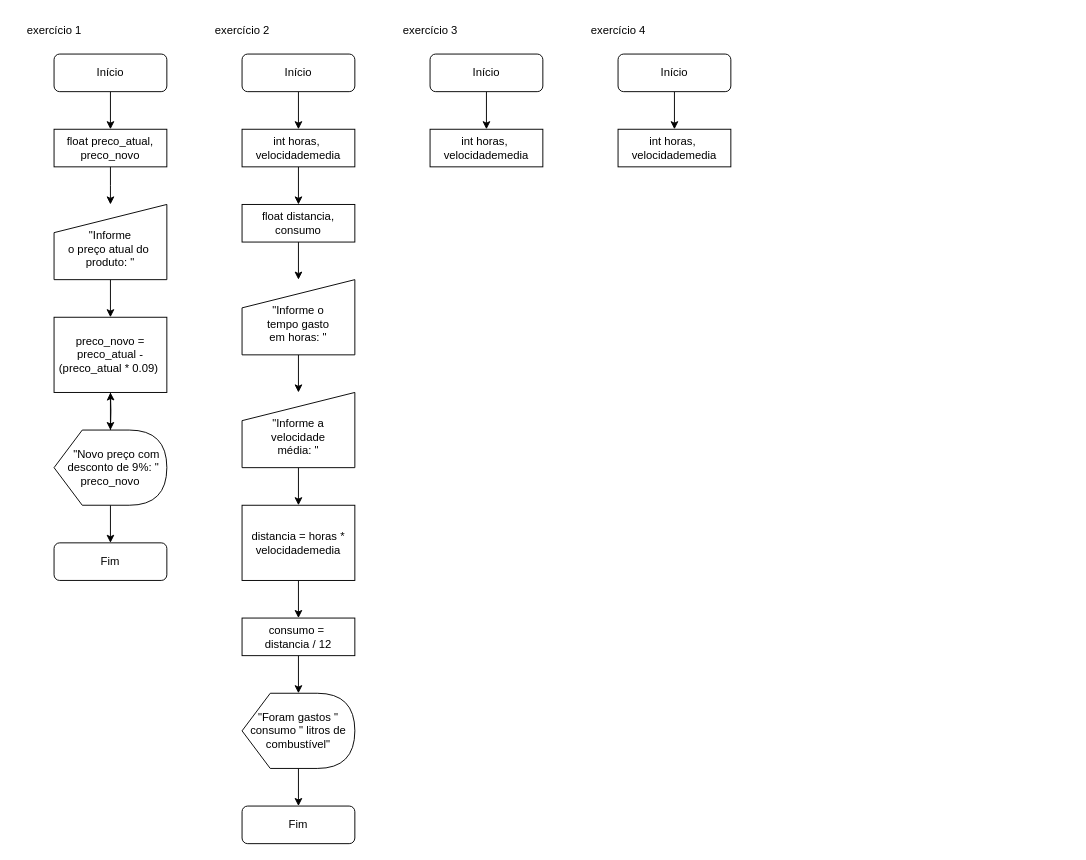
This is fiz.drawio from walleskalima/Fluxogramas-II, a draw.io file, before an edit. Source tidied: cells renumbered, new cells numbered last; positions are measured from the earlier drawing's top-left corner, leaving out a move shared by most shapes. Both pictures are drawn from the tidied source at 94%, with x=0, y=0 at pixel (16, 16).
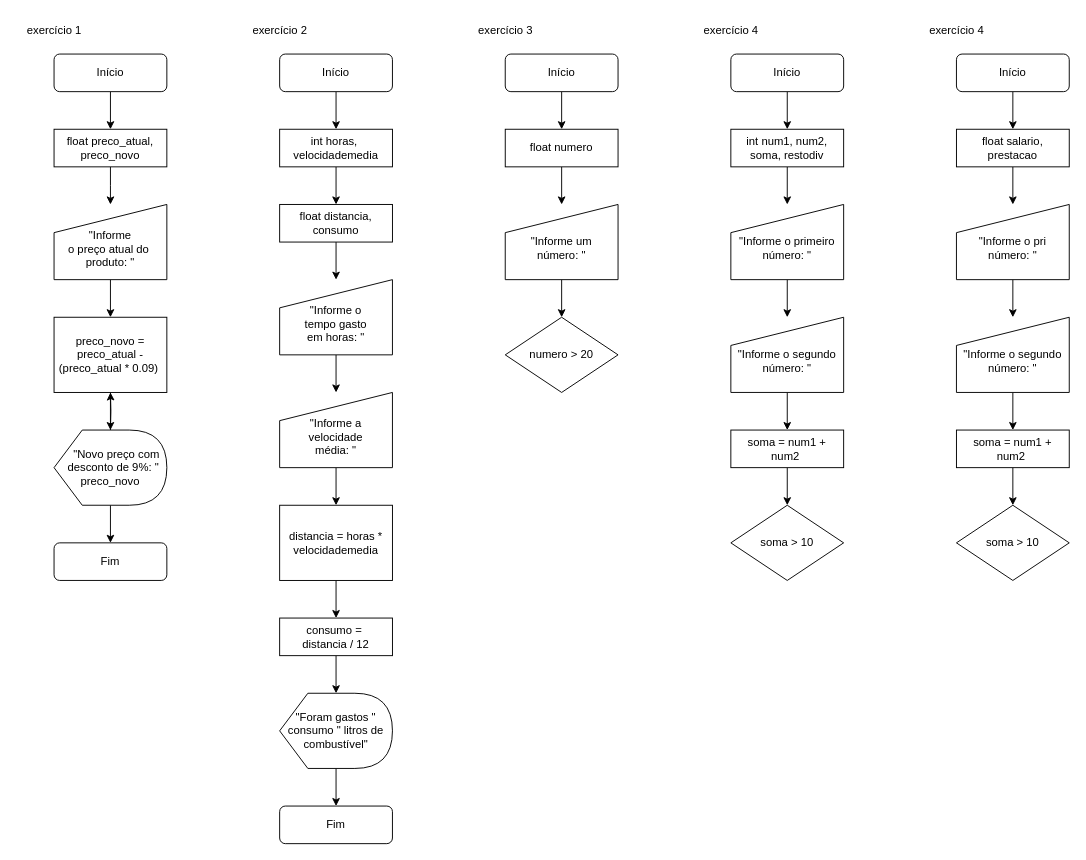
Above is the later version.

The edit, as a diff of the source:
```diff
@@
     <mxCell id="13" value="exercício 2" style="text;html=1;align=center;verticalAlign=middle;strokeColor=none;fillColor=none;" parent="1" vertex="1">
-      <mxGeometry x="200" width="80" height="30" as="geometry" />
+      <mxGeometry x="240" width="80" height="30" as="geometry" />
     </mxCell>
@@
     <mxCell id="15" value="Início" style="rounded=1;whiteSpace=wrap;html=1;" parent="1" vertex="1">
-      <mxGeometry x="240" y="40" width="120" height="40" as="geometry" />
+      <mxGeometry x="280" y="40" width="120" height="40" as="geometry" />
     </mxCell>
@@
     <mxCell id="17" value="&lt;font&gt;int horas,&amp;nbsp;&lt;br&gt;&lt;/font&gt;velocidademedia" style="rounded=0;whiteSpace=wrap;html=1;" parent="1" vertex="1">
-      <mxGeometry x="240" y="120" width="120" height="40" as="geometry" />
+      <mxGeometry x="280" y="120" width="120" height="40" as="geometry" />
     </mxCell>
@@
     <mxCell id="19" value="float distancia, consumo" style="rounded=0;whiteSpace=wrap;html=1;" parent="1" vertex="1">
-      <mxGeometry x="240" y="200" width="120" height="40" as="geometry" />
+      <mxGeometry x="280" y="200" width="120" height="40" as="geometry" />
     </mxCell>
@@
     <mxCell id="21" value="&lt;font style=&quot;border-color: var(--border-color);&quot;&gt;&lt;font style=&quot;border-color: var(--border-color);&quot;&gt;&lt;br&gt;&quot;Informe o&lt;/font&gt;&lt;br style=&quot;border-color: var(--border-color);&quot;&gt;tempo&amp;nbsp;&lt;/font&gt;&lt;font style=&quot;border-color: var(--border-color);&quot;&gt;gasto&lt;/font&gt;&lt;br style=&quot;border-color: var(--border-color);&quot;&gt;&lt;font style=&quot;border-color: var(--border-color);&quot;&gt;em horas: &quot;&lt;/font&gt;" style="shape=manualInput;whiteSpace=wrap;html=1;" parent="1" vertex="1">
-      <mxGeometry x="240" y="280" width="120" height="80" as="geometry" />
+      <mxGeometry x="280" y="280" width="120" height="80" as="geometry" />
     </mxCell>
@@
     <mxCell id="23" value="&lt;br&gt;&quot;Informe a&lt;br style=&quot;border-color: var(--border-color);&quot;&gt;velocidade&lt;br style=&quot;border-color: var(--border-color);&quot;&gt;média: &quot;" style="shape=manualInput;whiteSpace=wrap;html=1;" parent="1" vertex="1">
-      <mxGeometry x="240" y="400" width="120" height="80" as="geometry" />
+      <mxGeometry x="280" y="400" width="120" height="80" as="geometry" />
     </mxCell>
@@
     <mxCell id="27" value="distancia =&amp;nbsp;horas * velocidademedia" style="rounded=0;whiteSpace=wrap;html=1;" parent="1" vertex="1">
-      <mxGeometry x="240" y="520" width="120" height="80" as="geometry" />
+      <mxGeometry x="280" y="520" width="120" height="80" as="geometry" />
     </mxCell>
@@
     <mxCell id="29" value="consumo =&amp;nbsp;&lt;br&gt;distancia / 12" style="rounded=0;whiteSpace=wrap;html=1;" parent="1" vertex="1">
-      <mxGeometry x="240" y="640" width="120" height="40" as="geometry" />
+      <mxGeometry x="280" y="640" width="120" height="40" as="geometry" />
     </mxCell>
@@
     <mxCell id="31" value="&quot;Foram gastos &quot; consumo &quot; litros de combustível&quot;" style="shape=display;whiteSpace=wrap;html=1;" parent="1" vertex="1">
-      <mxGeometry x="240" y="720" width="120" height="80" as="geometry" />
+      <mxGeometry x="280" y="720" width="120" height="80" as="geometry" />
     </mxCell>
     <mxCell id="32" value="Fim" style="rounded=1;whiteSpace=wrap;html=1;" parent="1" vertex="1">
-      <mxGeometry x="240" y="840" width="120" height="40" as="geometry" />
+      <mxGeometry x="280" y="840" width="120" height="40" as="geometry" />
     </mxCell>
     <mxCell id="33" value="exercício 3" style="text;html=1;align=center;verticalAlign=middle;strokeColor=none;fillColor=none;" parent="1" vertex="1">
-      <mxGeometry x="400" width="80" height="30" as="geometry" />
+      <mxGeometry x="480" width="80" height="30" as="geometry" />
     </mxCell>
     <mxCell id="34" value="exercício 4" style="text;html=1;align=center;verticalAlign=middle;strokeColor=none;fillColor=none;" parent="1" vertex="1">
-      <mxGeometry x="600" width="80" height="30" as="geometry" />
+      <mxGeometry x="720" width="80" height="30" as="geometry" />
     </mxCell>
@@
     <mxCell id="36" value="Início" style="rounded=1;whiteSpace=wrap;html=1;" parent="1" vertex="1">
-      <mxGeometry x="440" y="40" width="120" height="40" as="geometry" />
+      <mxGeometry x="520" y="40" width="120" height="40" as="geometry" />
     </mxCell>
@@
     <mxCell id="38" value="Início" style="rounded=1;whiteSpace=wrap;html=1;" parent="1" vertex="1">
-      <mxGeometry x="640" y="40" width="120" height="40" as="geometry" />
+      <mxGeometry x="760" y="40" width="120" height="40" as="geometry" />
     </mxCell>
+    <mxCell id="41" style="edgeStyle=orthogonalEdgeStyle;rounded=0;jettySize=auto;html=1;" parent="1" edge="1" source="39" target="44">
+      <mxGeometry relative="1" as="geometry" />
+    </mxCell>
-    <mxCell id="39" value="&lt;font&gt;int horas,&amp;nbsp;&lt;br&gt;&lt;/font&gt;velocidademedia" style="rounded=0;whiteSpace=wrap;html=1;" parent="1" vertex="1">
-      <mxGeometry x="440" y="120" width="120" height="40" as="geometry" />
+    <mxCell id="39" value="float numero" style="rounded=0;whiteSpace=wrap;html=1;" parent="1" vertex="1">
+      <mxGeometry x="520" y="120" width="120" height="40" as="geometry" />
     </mxCell>
+    <mxCell id="42" style="edgeStyle=orthogonalEdgeStyle;rounded=0;jettySize=auto;html=1;" parent="1" edge="1" source="40" target="47">
+      <mxGeometry relative="1" as="geometry" />
+    </mxCell>
-    <mxCell id="40" value="&lt;font&gt;int horas,&amp;nbsp;&lt;br&gt;&lt;/font&gt;velocidademedia" style="rounded=0;whiteSpace=wrap;html=1;" parent="1" vertex="1">
-      <mxGeometry x="640" y="120" width="120" height="40" as="geometry" />
+    <mxCell id="40" value="int num1, num2,&lt;br&gt;soma, restodiv" style="rounded=0;whiteSpace=wrap;html=1;" parent="1" vertex="1">
+      <mxGeometry x="760" y="120" width="120" height="40" as="geometry" />
     </mxCell>
+    <mxCell id="43" style="edgeStyle=orthogonalEdgeStyle;rounded=0;jettySize=auto;html=1;" parent="1" edge="1" source="44" target="45">
+      <mxGeometry relative="1" as="geometry" />
+    </mxCell>
+    <mxCell id="44" value="&lt;br&gt;&quot;Informe um&lt;br&gt;número: &quot;" style="shape=manualInput;whiteSpace=wrap;html=1;" parent="1" vertex="1">
+      <mxGeometry x="520" y="200" width="120" height="80" as="geometry" />
+    </mxCell>
+    <mxCell id="45" value="numero &amp;gt; 20" style="rhombus;whiteSpace=wrap;html=1;" parent="1" vertex="1">
+      <mxGeometry x="520" y="320" width="120" height="80" as="geometry" />
+    </mxCell>
+    <mxCell id="46" style="edgeStyle=orthogonalEdgeStyle;rounded=0;jettySize=auto;html=1;" parent="1" edge="1" source="47" target="49">
+      <mxGeometry relative="1" as="geometry" />
+    </mxCell>
+    <mxCell id="47" value="&lt;br&gt;&quot;Informe o primeiro&lt;br&gt;número: &quot;" style="shape=manualInput;whiteSpace=wrap;html=1;" parent="1" vertex="1">
+      <mxGeometry x="760" y="200" width="120" height="80" as="geometry" />
+    </mxCell>
+    <mxCell id="48" style="edgeStyle=orthogonalEdgeStyle;rounded=0;jettySize=auto;html=1;" parent="1" edge="1" source="49" target="51">
+      <mxGeometry relative="1" as="geometry" />
+    </mxCell>
+    <mxCell id="49" value="&lt;br&gt;&quot;Informe o segundo&lt;br&gt;número: &quot;" style="shape=manualInput;whiteSpace=wrap;html=1;" parent="1" vertex="1">
+      <mxGeometry x="760" y="320" width="120" height="80" as="geometry" />
+    </mxCell>
+    <mxCell id="50" style="edgeStyle=orthogonalEdgeStyle;rounded=0;jettySize=auto;html=1;" parent="1" edge="1" source="51" target="52">
+      <mxGeometry relative="1" as="geometry" />
+    </mxCell>
+    <mxCell id="51" value="soma = num1 + num2&amp;nbsp;" style="whiteSpace=wrap;html=1;" parent="1" vertex="1">
+      <mxGeometry x="760" y="440" width="120" height="40" as="geometry" />
+    </mxCell>
+    <mxCell id="52" value="soma &amp;gt; 10" style="rhombus;whiteSpace=wrap;html=1;" parent="1" vertex="1">
+      <mxGeometry x="760" y="520" width="120" height="80" as="geometry" />
+    </mxCell>
+    <mxCell id="53" value="exercício 4" style="text;html=1;align=center;verticalAlign=middle;strokeColor=none;fillColor=none;" parent="1" vertex="1">
+      <mxGeometry x="960" width="80" height="30" as="geometry" />
+    </mxCell>
+    <mxCell id="54" style="edgeStyle=orthogonalEdgeStyle;rounded=0;jettySize=auto;html=1;" parent="1" edge="1" source="55" target="57">
+      <mxGeometry relative="1" as="geometry" />
+    </mxCell>
+    <mxCell id="55" value="Início" style="rounded=1;whiteSpace=wrap;html=1;" parent="1" vertex="1">
+      <mxGeometry x="1000" y="40" width="120" height="40" as="geometry" />
+    </mxCell>
+    <mxCell id="56" style="edgeStyle=orthogonalEdgeStyle;rounded=0;jettySize=auto;html=1;" parent="1" edge="1" source="57" target="59">
+      <mxGeometry relative="1" as="geometry" />
+    </mxCell>
+    <mxCell id="57" value="float salario, prestacao" style="rounded=0;whiteSpace=wrap;html=1;" parent="1" vertex="1">
+      <mxGeometry x="1000" y="120" width="120" height="40" as="geometry" />
+    </mxCell>
+    <mxCell id="58" style="edgeStyle=orthogonalEdgeStyle;rounded=0;jettySize=auto;html=1;" parent="1" edge="1" source="59" target="61">
+      <mxGeometry relative="1" as="geometry" />
+    </mxCell>
+    <mxCell id="59" value="&lt;br&gt;&quot;Informe o pri&lt;br&gt;número: &quot;" style="shape=manualInput;whiteSpace=wrap;html=1;" parent="1" vertex="1">
+      <mxGeometry x="1000" y="200" width="120" height="80" as="geometry" />
+    </mxCell>
+    <mxCell id="60" style="edgeStyle=orthogonalEdgeStyle;rounded=0;jettySize=auto;html=1;" parent="1" edge="1" source="61" target="63">
+      <mxGeometry relative="1" as="geometry" />
+    </mxCell>
+    <mxCell id="61" value="&lt;br&gt;&quot;Informe o segundo&lt;br&gt;número: &quot;" style="shape=manualInput;whiteSpace=wrap;html=1;" parent="1" vertex="1">
+      <mxGeometry x="1000" y="320" width="120" height="80" as="geometry" />
+    </mxCell>
+    <mxCell id="62" style="edgeStyle=orthogonalEdgeStyle;rounded=0;jettySize=auto;html=1;" parent="1" edge="1" source="63" target="64">
+      <mxGeometry relative="1" as="geometry" />
+    </mxCell>
+    <mxCell id="63" value="soma = num1 + num2&amp;nbsp;" style="whiteSpace=wrap;html=1;" parent="1" vertex="1">
+      <mxGeometry x="1000" y="440" width="120" height="40" as="geometry" />
+    </mxCell>
+    <mxCell id="64" value="soma &amp;gt; 10" style="rhombus;whiteSpace=wrap;html=1;" parent="1" vertex="1">
+      <mxGeometry x="1000" y="520" width="120" height="80" as="geometry" />
+    </mxCell>
```
